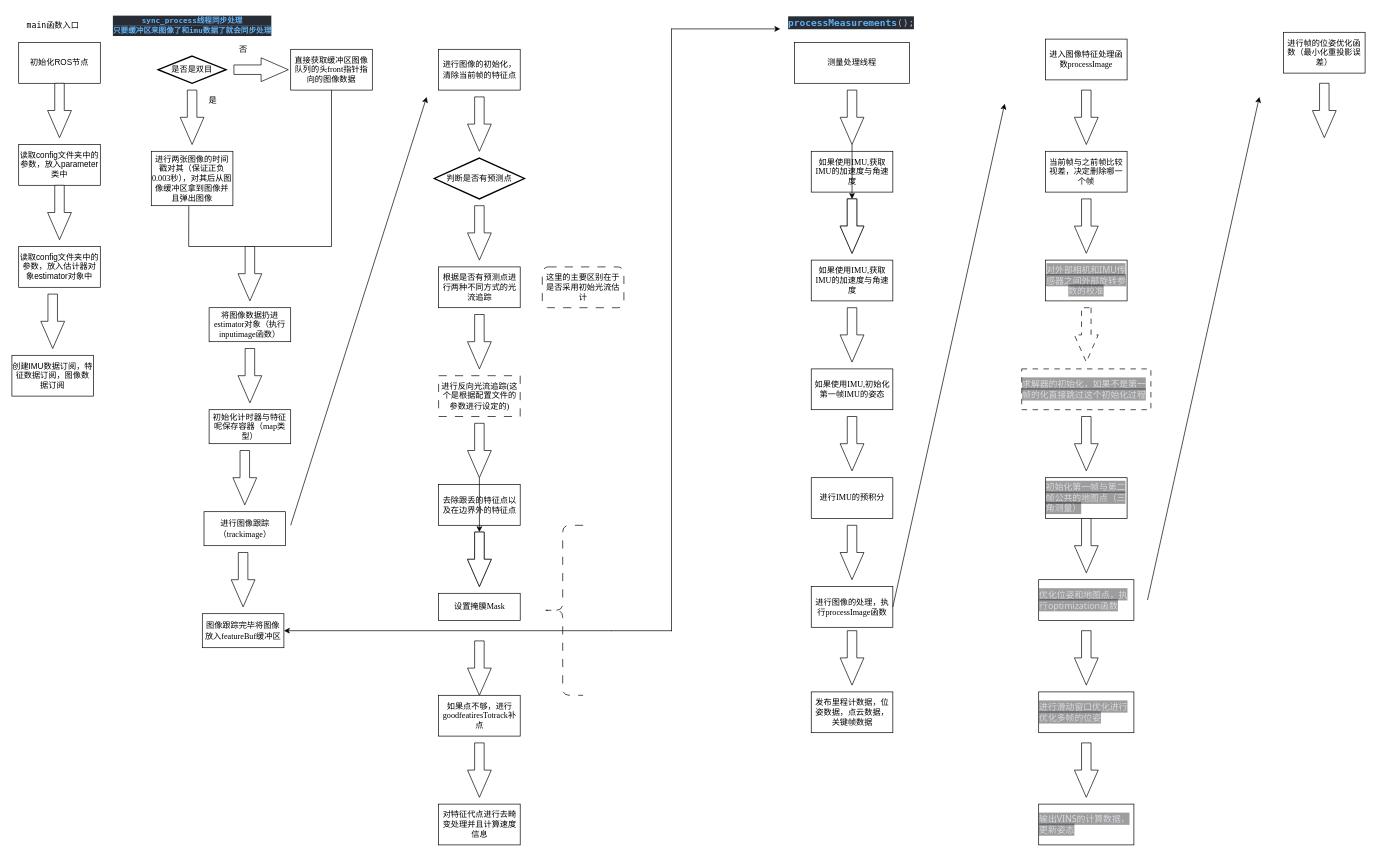
Above: note/思维导图源文件/mainfunction.drawio in luohongk/VINS-FusionCommentByLuo (draw.io), before the change. Source tidied: cells renumbered, new cells numbered last; positions are measured from the earlier drawing's top-left corner, leaving out a move shared by most shapes. Both pictures are drawn from the tidied source at 68%, with x=0, y=0 at pixel (12, 12).
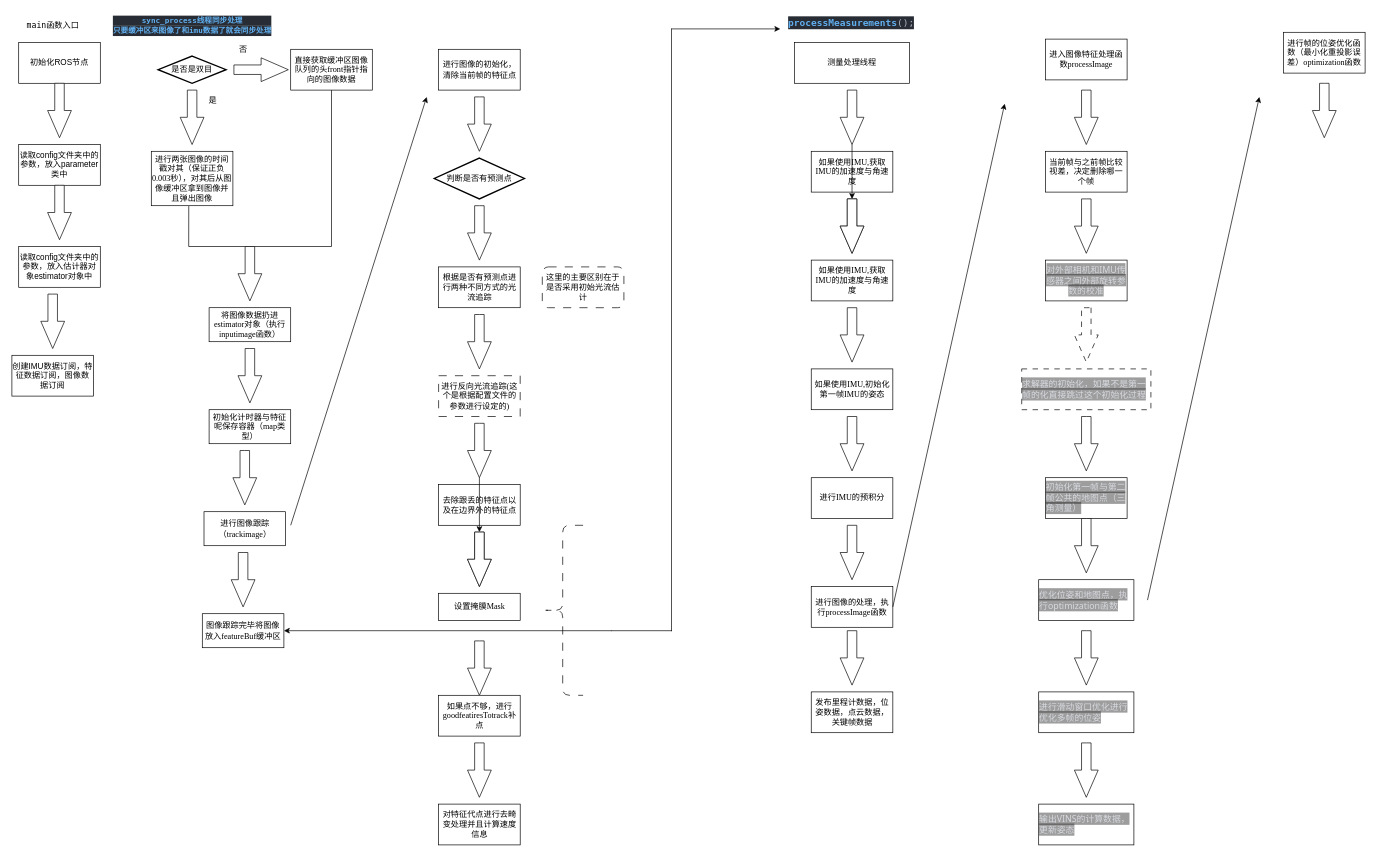
The same diagram, later.

What changed in the source:
```diff
@@
-    <mxCell id="85" value="进行帧的位姿优化函数（最小化重投影误差）" style="rounded=0;whiteSpace=wrap;html=1;fontFamily=Times New Roman;" parent="1" vertex="1">
+    <mxCell id="85" value="进行帧的位姿优化函数（最小化重投影误差）optimization函数" style="rounded=0;whiteSpace=wrap;html=1;fontFamily=Times New Roman;" parent="1" vertex="1">
       <mxGeometry x="1870" y="30" width="120" height="60" as="geometry" />
     </mxCell>
```
